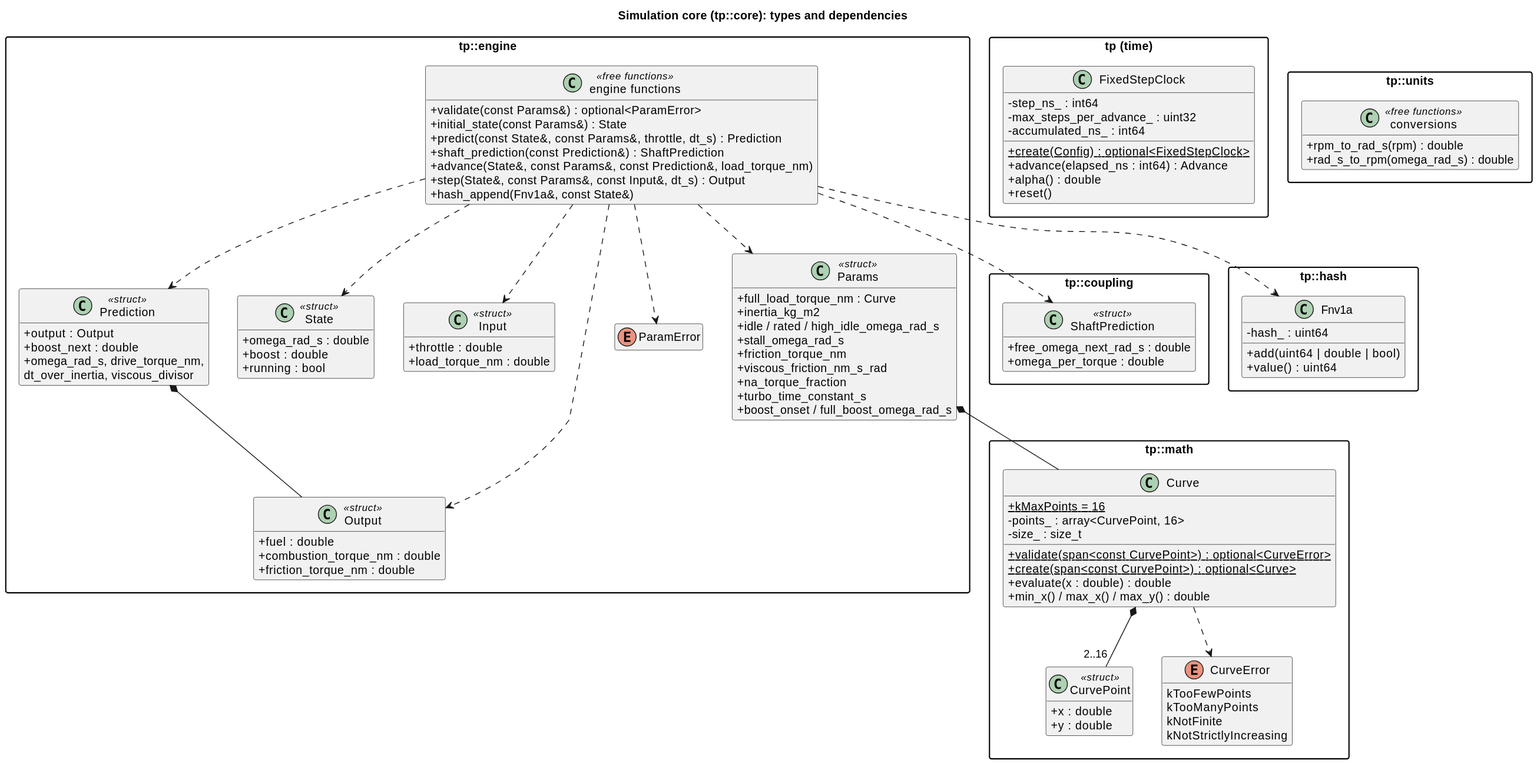
wversteeg/TractorPulling keeps this PlantUML diagram as docs/diagrams/svg/core_classes.svg. Above is the earlier version.
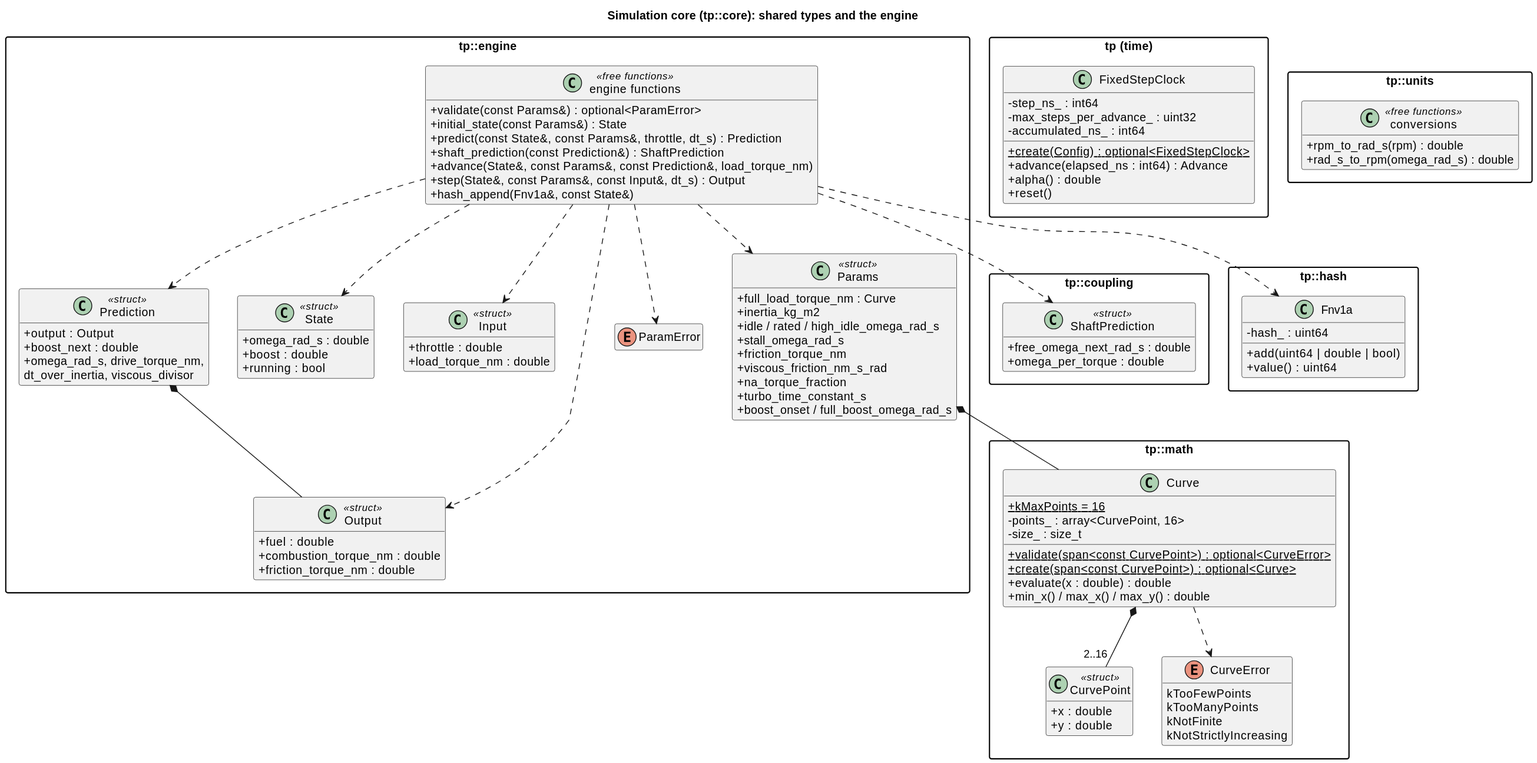
After the change.

Diff of the diagram source:
```diff
@@ -1,8 +1,15 @@
 @startuml
-title Simulation core (tp::core): types and dependencies
+title Simulation core (tp::core): shared types and the engine
 hide empty members
 skinparam packageStyle rectangle
 skinparam classAttributeIconSize 0
+
+  package "tp::coupling" {
+    class ShaftPrediction <<struct>> {
+      +free_omega_next_rad_s : double
+      +omega_per_torque : double
+    }
+  }
 
   package "tp::math" {
     class CurvePoint <<struct>> {
@@ -80,12 +87,7 @@
     EngineFns ..> ParamError
   }
 
-  package "tp::coupling" {
-    class ShaftPrediction <<struct>> {
-      +free_omega_next_rad_s : double
-      +omega_per_torque : double
-    }
-  }
+
   EngineFns ..> ShaftPrediction
 
   package "tp::hash" {
```
